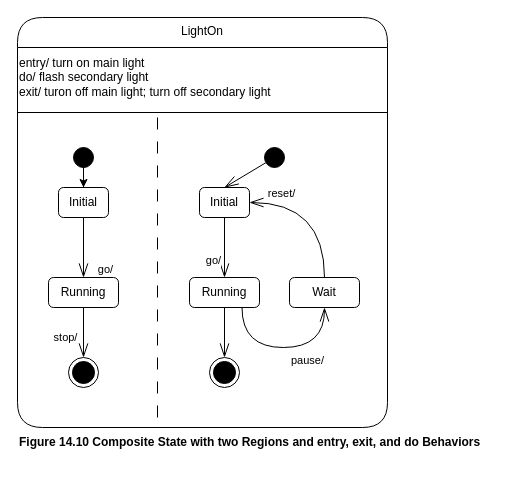
Before: page "14.10" (9 of 34) of drawio/14.2-compound-transition.drawio in showa-yojyo/clipart, a draw.io diagram. Source tidied: cells renumbered, new cells numbered last; positions are measured from the earlier drawing's top-left corner, leaving out a move shared by most shapes. Both pictures are drawn from the tidied source at 100%, with x=0, y=0 at pixel (17, 17).
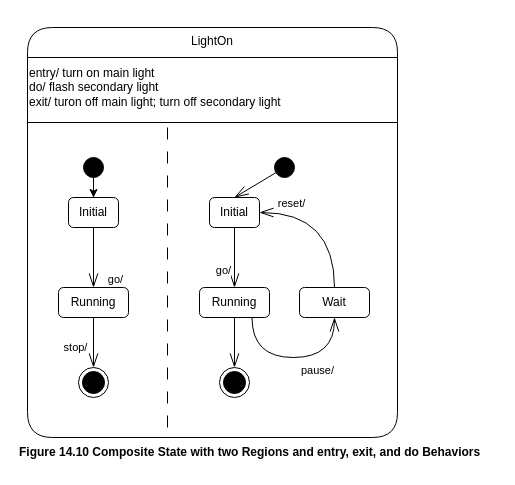
The same diagram, later.

Unchanged cells that the change refers to:
```xml
<mxCell id="5" style="fillColor=none;strokeColor=none;" parent="2" vertex="1">
  <mxGeometry y="100" width="370" height="310" as="geometry" />
</mxCell>
```

What changed in the source:
```diff
@@
-    <mxCell id="2" value="LightOn" style="swimlane;fontStyle=0;align=center;verticalAlign=top;horizontal=1;startSize=30;html=1;rounded=1;absoluteArcSize=1;arcSize=50;whiteSpace=wrap;" parent="1" vertex="1">
-      <mxGeometry width="370" height="410" as="geometry" />
+    <mxCell id="2" value="LightOn" style="swimlane;fontStyle=0;align=center;verticalAlign=top;horizontal=1;startSize=30;html=1;rounded=1;absoluteArcSize=1;arcSize=50;whiteSpace=wrap;fillColor=none;" parent="1" vertex="1">
+      <mxGeometry x="10" y="10" width="370" height="410" as="geometry" />
     </mxCell>
@@
-    <mxCell id="8" value="Initial" style="html=1;align=center;verticalAlign=middle;rounded=1;absoluteArcSize=1;arcSize=10;whiteSpace=wrap;" parent="5" vertex="1">
+    <mxCell id="8" value="Initial" style="html=1;align=center;verticalAlign=middle;rounded=1;absoluteArcSize=1;arcSize=10;whiteSpace=wrap;fillColor=none;" parent="5" vertex="1">
       <mxGeometry x="41" y="70" width="50" height="30" as="geometry" />
     </mxCell>
@@
-    <mxCell id="11" value="Running" style="html=1;align=center;verticalAlign=middle;rounded=1;absoluteArcSize=1;arcSize=10;whiteSpace=wrap;" parent="5" vertex="1">
+    <mxCell id="11" value="Running" style="html=1;align=center;verticalAlign=middle;rounded=1;absoluteArcSize=1;arcSize=10;whiteSpace=wrap;fillColor=none;" parent="5" vertex="1">
       <mxGeometry x="31" y="160" width="70" height="30" as="geometry" />
     </mxCell>
@@
-    <mxCell id="17" value="Initial" style="html=1;align=center;verticalAlign=middle;rounded=1;absoluteArcSize=1;arcSize=10;whiteSpace=wrap;" parent="5" vertex="1">
+    <mxCell id="17" value="Initial" style="html=1;align=center;verticalAlign=middle;rounded=1;absoluteArcSize=1;arcSize=10;whiteSpace=wrap;fillColor=none;" parent="5" vertex="1">
       <mxGeometry x="182" y="70" width="50" height="30" as="geometry" />
     </mxCell>
@@
-    <mxCell id="21" value="Running" style="html=1;align=center;verticalAlign=middle;rounded=1;absoluteArcSize=1;arcSize=10;whiteSpace=wrap;" parent="5" vertex="1">
+    <mxCell id="21" value="Running" style="html=1;align=center;verticalAlign=middle;rounded=1;absoluteArcSize=1;arcSize=10;whiteSpace=wrap;fillColor=none;" parent="5" vertex="1">
       <mxGeometry x="172" y="160" width="70" height="30" as="geometry" />
     </mxCell>
@@
-    <mxCell id="25" value="Wait" style="html=1;align=center;verticalAlign=middle;rounded=1;absoluteArcSize=1;arcSize=10;whiteSpace=wrap;" parent="5" vertex="1">
+    <mxCell id="25" value="Wait" style="html=1;align=center;verticalAlign=middle;rounded=1;absoluteArcSize=1;arcSize=10;whiteSpace=wrap;fillColor=none;" parent="5" vertex="1">
       <mxGeometry x="272" y="160" width="70" height="30" as="geometry" />
     </mxCell>
@@
     <mxCell id="29" value="&lt;b&gt;Figure 14.10 Composite State with two Regions and entry, exit, and do Behaviors&lt;/b&gt;" style="text;html=1;align=left;verticalAlign=middle;strokeColor=none;fillColor=none;" parent="1" vertex="1">
-      <mxGeometry y="410" width="480" height="30" as="geometry" />
+      <mxGeometry y="420" width="480" height="30" as="geometry" />
     </mxCell>
```
